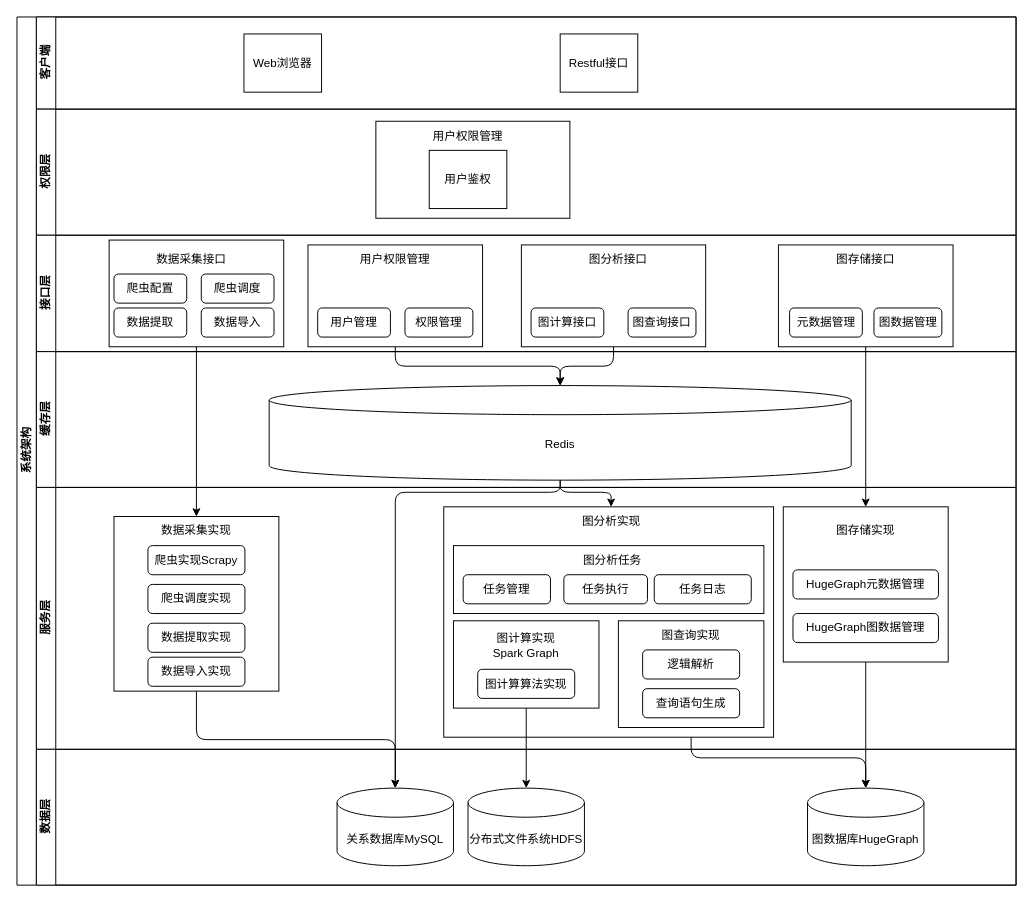
Missnaughty/drawio keeps this draw.io diagram as 论文架构图.drawio. Above is the earlier version. Source tidied: cells renumbered, new cells numbered last; positions are measured from the earlier drawing's top-left corner, leaving out a move shared by most shapes. Both pictures are drawn from the tidied source at 97%, with x=0, y=0 at pixel (16, 16).
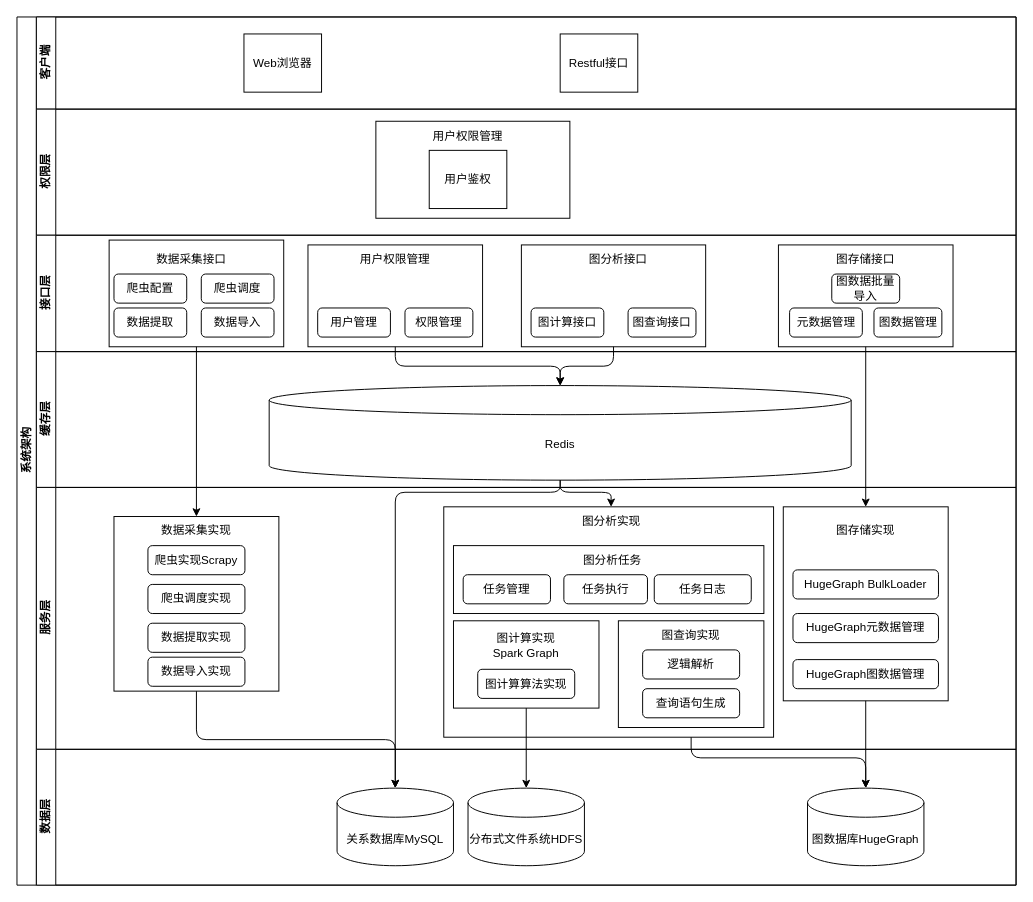
The same diagram, later.

Commit message:
更新论文架构图.drawio

Unchanged cells that the change refers to:
```xml
<mxCell id="10" value="接口层" style="swimlane;html=1;startSize=20;horizontal=0;" parent="2" vertex="1">
  <mxGeometry x="20" y="225" width="1010" height="120" as="geometry" />
</mxCell>
<mxCell id="32" value="服务层" style="swimlane;html=1;startSize=20;horizontal=0;" parent="2" vertex="1">
  <mxGeometry x="20" y="485" width="1010" height="270" as="geometry" />
</mxCell>
```

Change to the diagram source:
```diff
@@
+    <mxCell id="70" value="图数据批量导入" style="rounded=1;whiteSpace=wrap;html=1;" parent="10" vertex="1">
+      <mxGeometry x="820" y="40" width="70" height="30" as="geometry" />
+    </mxCell>
@@
     <mxCell id="53" style="rounded=0;whiteSpace=wrap;html=1;fontFamily=Helvetica;fontSize=12;fontColor=#000000;align=center;" parent="32" vertex="1">
-      <mxGeometry x="770" y="20" width="170" height="160" as="geometry" />
+      <mxGeometry x="770" y="20" width="170" height="200" as="geometry" />
     </mxCell>
@@
-    <mxCell id="55" value="HugeGraph元数据管理" style="rounded=1;whiteSpace=wrap;html=1;" parent="32" vertex="1">
+    <mxCell id="55" value="HugeGraph&amp;nbsp;BulkLoader" style="rounded=1;whiteSpace=wrap;html=1;" parent="32" vertex="1">
       <mxGeometry x="780" y="85" width="150" height="30" as="geometry" />
     </mxCell>
     <mxCell id="56" value="HugeGraph图数据管理" style="rounded=1;whiteSpace=wrap;html=1;" parent="32" vertex="1">
-      <mxGeometry x="780" y="130" width="150" height="30" as="geometry" />
+      <mxGeometry x="780" y="177.5" width="150" height="30" as="geometry" />
     </mxCell>
+    <mxCell id="71" value="HugeGraph元数据管理" style="rounded=1;whiteSpace=wrap;html=1;" parent="32" vertex="1">
+      <mxGeometry x="780" y="130" width="150" height="30" as="geometry" />
+    </mxCell>
```
